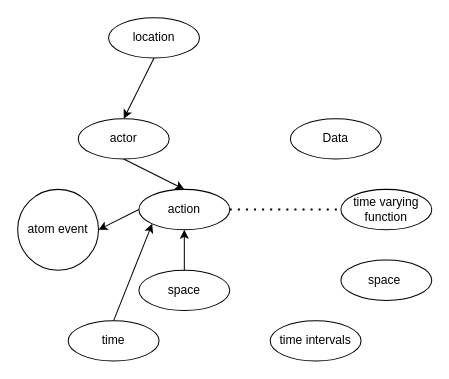
Earlier version of the draw.io diagram event_representation.drawio (QingrenJia/DrawIO). Source tidied: cells renumbered, new cells numbered last; positions are measured from the earlier drawing's top-left corner, leaving out a move shared by most shapes. Both pictures are drawn from the tidied source at 101%, with x=0, y=0 at pixel (17, 17).
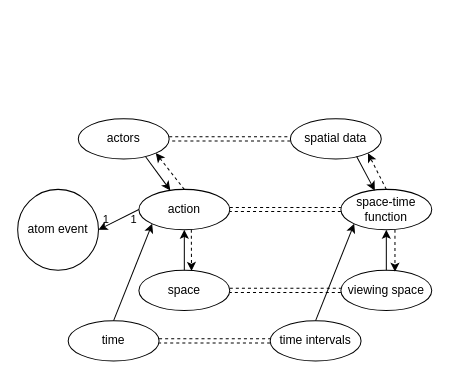
The same diagram, later.

The change refers to these unchanged cells:
```xml
<mxCell id="2" value="atom event" style="ellipse;whiteSpace=wrap;html=1;" parent="1" vertex="1">
  <mxGeometry y="170" width="80" height="80" as="geometry" />
</mxCell>
<mxCell id="4" value="action" style="ellipse;whiteSpace=wrap;html=1;" parent="1" vertex="1">
  <mxGeometry x="120" y="170" width="90" height="40" as="geometry" />
</mxCell>
<mxCell id="5" value="space" style="ellipse;whiteSpace=wrap;html=1;" parent="1" vertex="1">
  <mxGeometry x="120" y="250" width="90" height="40" as="geometry" />
</mxCell>
<mxCell id="6" value="time" style="ellipse;whiteSpace=wrap;html=1;" parent="1" vertex="1">
  <mxGeometry x="50" y="300" width="90" height="40" as="geometry" />
</mxCell>
<mxCell id="10" value="time&amp;nbsp;intervals" style="ellipse;whiteSpace=wrap;html=1;" parent="1" vertex="1">
  <mxGeometry x="250" y="300" width="90" height="40" as="geometry" />
</mxCell>
```

Diff of the diagram source:
```diff
@@
-    <mxCell id="3" value="actor" style="ellipse;whiteSpace=wrap;html=1;" parent="1" vertex="1">
+    <mxCell id="3" value="actors" style="ellipse;whiteSpace=wrap;html=1;" parent="1" vertex="1">
       <mxGeometry x="60" y="100" width="90" height="40" as="geometry" />
     </mxCell>
@@
-    <mxCell id="7" value="Data" style="ellipse;whiteSpace=wrap;html=1;" parent="1" vertex="1">
+    <mxCell id="7" value="spatial data" style="ellipse;whiteSpace=wrap;html=1;" parent="1" vertex="1">
       <mxGeometry x="270" y="100" width="90" height="40" as="geometry" />
     </mxCell>
-    <mxCell id="8" value="&lt;div&gt;time varying function&lt;/div&gt;" style="ellipse;whiteSpace=wrap;html=1;" parent="1" vertex="1">
+    <mxCell id="8" value="&lt;div&gt;space-time function&lt;/div&gt;" style="ellipse;whiteSpace=wrap;html=1;" parent="1" vertex="1">
       <mxGeometry x="320" y="170" width="90" height="40" as="geometry" />
     </mxCell>
-    <mxCell id="9" value="space&amp;nbsp;" style="ellipse;whiteSpace=wrap;html=1;" parent="1" vertex="1">
-      <mxGeometry x="320" y="240" width="90" height="40" as="geometry" />
+    <mxCell id="9" value="viewing space" style="ellipse;whiteSpace=wrap;html=1;" parent="1" vertex="1">
+      <mxGeometry x="320" y="250" width="90" height="40" as="geometry" />
     </mxCell>
@@
+    <mxCell id="14" style="endArrow=classic;html=1;rounded=0;exitX=0;exitY=0.5;exitDx=0;exitDy=0;entryX=1;entryY=0.5;entryDx=0;entryDy=0;" parent="1" edge="1" source="4" target="2">
+      <mxGeometry relative="1" as="geometry" />
+    </mxCell>
+    <mxCell id="18" value="1&amp;nbsp; &amp;nbsp; &amp;nbsp; &amp;nbsp;1" style="edgeLabel;html=1;align=center;verticalAlign=middle;labelBackgroundColor=none;" parent="14" vertex="1">
+      <mxGeometry x="-0.18" y="2" relative="1" as="geometry">
+        <mxPoint x="-4" as="offset" />
+      </mxGeometry>
+    </mxCell>
+    <mxCell id="15" style="endArrow=none;html=1;strokeWidth=1;rounded=0;exitX=1;exitY=0.5;exitDx=0;exitDy=0;shape=link;dashed=1;" parent="1" edge="1" source="4" target="8">
+      <mxGeometry relative="1" as="geometry" />
+    </mxCell>
-    <mxCell id="13" style="endArrow=classic;html=1;rounded=0;exitX=0.5;exitY=1;exitDx=0;exitDy=0;entryX=0.5;entryY=0;entryDx=0;entryDy=0;" parent="1" edge="1" source="3" target="4">
+    <mxCell id="13" style="endArrow=classic;html=1;rounded=0;exitX=0.741;exitY=0.943;exitDx=0;exitDy=0;exitPerimeter=0;" parent="1" edge="1" source="3" target="4">
       <mxGeometry relative="1" as="geometry" />
     </mxCell>
-    <mxCell id="14" style="endArrow=classic;html=1;rounded=0;exitX=0;exitY=0.5;exitDx=0;exitDy=0;entryX=1;entryY=0.5;entryDx=0;entryDy=0;" parent="1" edge="1" source="4" target="2">
-      <mxGeometry relative="1" as="geometry" />
-    </mxCell>
-    <mxCell id="15" style="endArrow=none;dashed=1;html=1;dashPattern=1 3;strokeWidth=2;rounded=0;exitX=1;exitY=0.5;exitDx=0;exitDy=0;" parent="1" edge="1" source="4" target="8">
-      <mxGeometry relative="1" as="geometry" />
-    </mxCell>
-    <mxCell id="16" value="location" style="ellipse;whiteSpace=wrap;html=1;" parent="1" vertex="1">
-      <mxGeometry x="90" width="90" height="40" as="geometry" />
-    </mxCell>
-    <mxCell id="17" style="endArrow=classic;html=1;rounded=0;exitX=0.5;exitY=1;exitDx=0;exitDy=0;entryX=0.5;entryY=0;entryDx=0;entryDy=0;" parent="1" edge="1" source="16" target="3">
-      <mxGeometry relative="1" as="geometry" />
-    </mxCell>
+    <mxCell id="19" style="endArrow=classic;html=1;rounded=0;entryX=0.373;entryY=0.029;entryDx=0;entryDy=0;entryPerimeter=0;exitX=0.729;exitY=0.934;exitDx=0;exitDy=0;exitPerimeter=0;" parent="1" edge="1" source="7" target="8">
+      <mxGeometry relative="1" as="geometry" />
+    </mxCell>
+    <mxCell id="20" style="endArrow=classic;html=1;rounded=0;entryX=0;entryY=1;entryDx=0;entryDy=0;exitX=0.5;exitY=0;exitDx=0;exitDy=0;" parent="1" edge="1" source="10" target="8">
+      <mxGeometry relative="1" as="geometry" />
+    </mxCell>
+    <mxCell id="21" style="endArrow=classic;html=1;rounded=0;entryX=0.5;entryY=1;entryDx=0;entryDy=0;exitX=0.5;exitY=0;exitDx=0;exitDy=0;" parent="1" edge="1" source="9" target="8">
+      <mxGeometry relative="1" as="geometry" />
+    </mxCell>
+    <mxCell id="22" style="endArrow=none;html=1;strokeWidth=1;rounded=0;exitX=1;exitY=0.5;exitDx=0;exitDy=0;entryX=0;entryY=0.5;entryDx=0;entryDy=0;shape=link;dashed=1;" parent="1" edge="1" source="3" target="7">
+      <mxGeometry relative="1" as="geometry" />
+    </mxCell>
+    <mxCell id="23" style="endArrow=none;html=1;strokeWidth=1;rounded=0;exitX=1;exitY=0.5;exitDx=0;exitDy=0;entryX=0;entryY=0.5;entryDx=0;entryDy=0;shape=link;dashed=1;" parent="1" edge="1" source="6" target="10">
+      <mxGeometry relative="1" as="geometry" />
+    </mxCell>
+    <mxCell id="24" style="endArrow=none;html=1;strokeWidth=1;rounded=0;exitX=1;exitY=0.5;exitDx=0;exitDy=0;entryX=0;entryY=0.5;entryDx=0;entryDy=0;shape=link;dashed=1;" parent="1" edge="1" source="5" target="9">
+      <mxGeometry relative="1" as="geometry" />
+    </mxCell>
+    <mxCell id="25" style="endArrow=classic;html=1;rounded=0;exitX=0.5;exitY=0;exitDx=0;exitDy=0;entryX=1;entryY=1;entryDx=0;entryDy=0;dashed=1;" parent="1" edge="1" source="4" target="3">
+      <mxGeometry relative="1" as="geometry" />
+    </mxCell>
+    <mxCell id="26" style="endArrow=classic;html=1;rounded=0;exitX=0.577;exitY=0.996;exitDx=0;exitDy=0;entryX=0.579;entryY=0.019;entryDx=0;entryDy=0;exitPerimeter=0;entryPerimeter=0;dashed=1;" parent="1" edge="1" source="4" target="5">
+      <mxGeometry relative="1" as="geometry" />
+    </mxCell>
+    <mxCell id="27" style="endArrow=classic;html=1;rounded=0;exitX=0.5;exitY=0;exitDx=0;exitDy=0;entryX=1;entryY=1;entryDx=0;entryDy=0;dashed=1;" parent="1" edge="1" source="8" target="7">
+      <mxGeometry relative="1" as="geometry" />
+    </mxCell>
+    <mxCell id="28" style="endArrow=classic;html=1;rounded=0;entryX=0.595;entryY=0.039;entryDx=0;entryDy=0;entryPerimeter=0;exitX=0.595;exitY=1;exitDx=0;exitDy=0;exitPerimeter=0;dashed=1;" parent="1" edge="1" source="8" target="9">
+      <mxGeometry relative="1" as="geometry" />
+    </mxCell>
```
